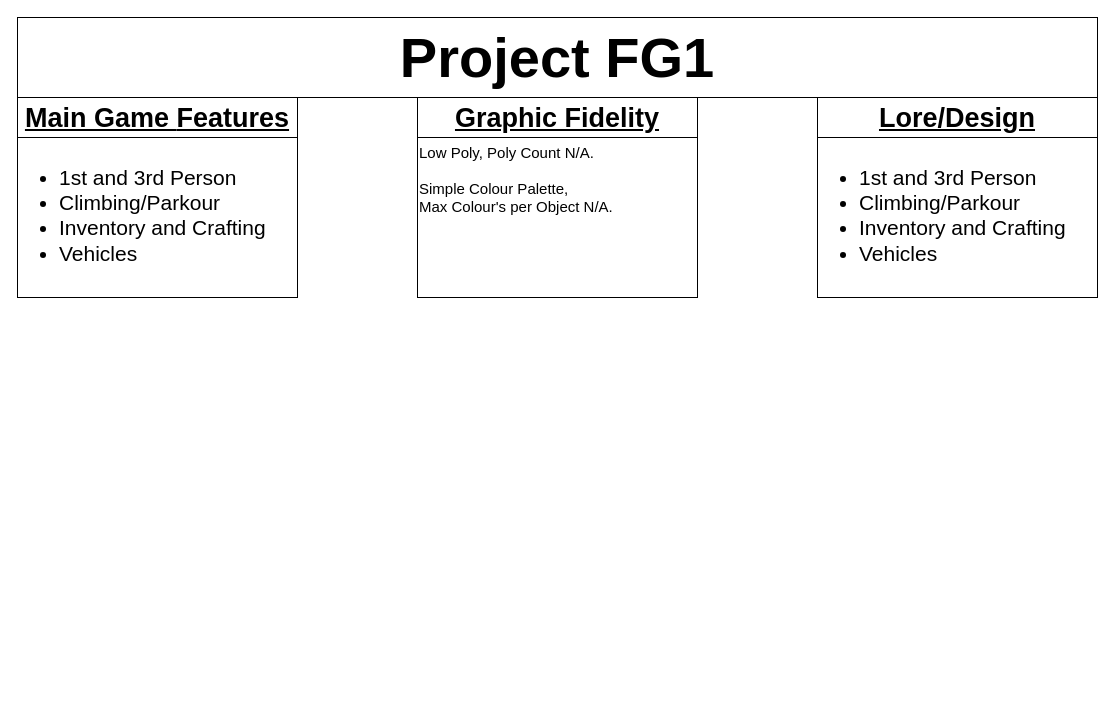
Before: page "Main Info" (1 of 2) of Project FG1.drawio in MrFlufficans/Project-FG1, a draw.io diagram. Source tidied: cells renumbered, new cells numbered last; positions are measured from the earlier drawing's top-left corner, leaving out a move shared by most shapes. Both pictures are drawn from the tidied source at 100%, with x=0, y=0 at pixel (17, 17).
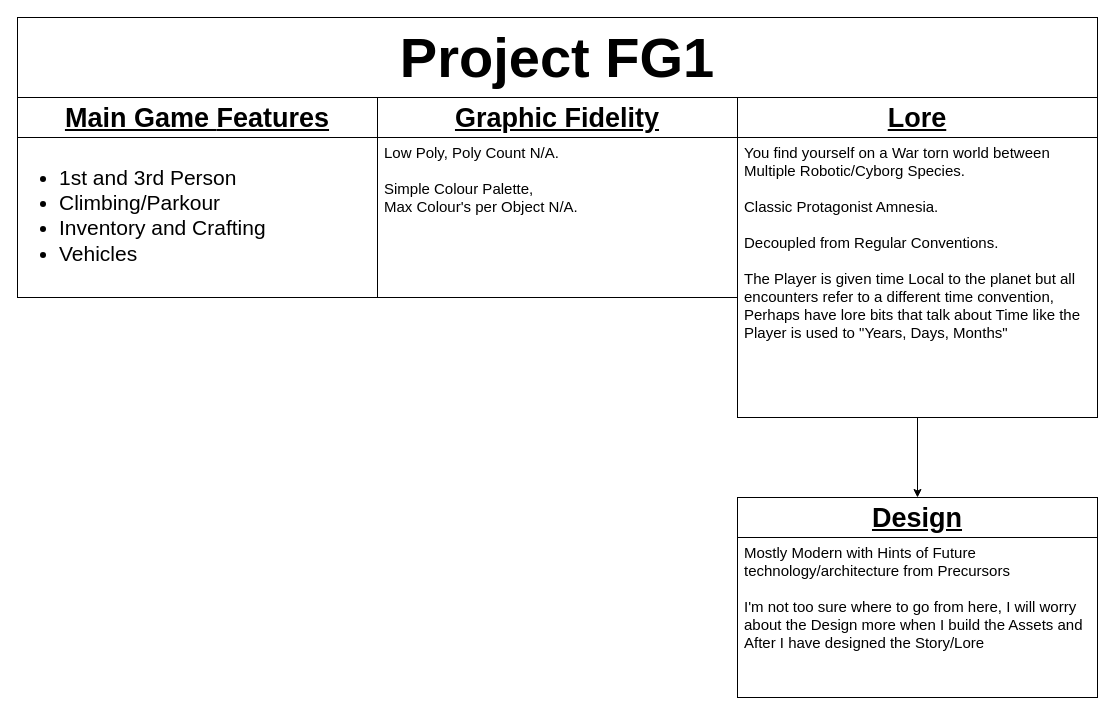
The same diagram, later.

Change to the diagram source:
```diff
@@
 <mxGraphModel>
   <root>
     <mxCell id="0" />
     <mxCell id="1" parent="0" />
     <mxCell id="2" value="&lt;ul style=&quot;font-size: 21px;&quot;&gt;&lt;li style=&quot;font-size: 21px;&quot;&gt;1st and 3rd Person&lt;/li&gt;&lt;li style=&quot;font-size: 21px;&quot;&gt;Climbing/Parkour&lt;/li&gt;&lt;li style=&quot;font-size: 21px;&quot;&gt;Inventory and Crafting&lt;/li&gt;&lt;li style=&quot;font-size: 21px;&quot;&gt;Vehicles&lt;/li&gt;&lt;/ul&gt;" style="rounded=0;whiteSpace=wrap;html=1;fontSize=21;align=left;verticalAlign=top;" parent="1" vertex="1">
-      <mxGeometry y="120" width="280" height="160" as="geometry" />
+      <mxGeometry y="120" width="360" height="160" as="geometry" />
     </mxCell>
     <mxCell id="3" value="&lt;span style=&quot;font-size: 56px;&quot;&gt;Project FG1&lt;/span&gt;" style="rounded=0;whiteSpace=wrap;html=1;fontSize=27;fontStyle=1;verticalAlign=top;" parent="1" vertex="1">
       <mxGeometry width="1080" height="80" as="geometry" />
     </mxCell>
     <mxCell id="4" value="&lt;span style=&quot;font-size: 27px; font-weight: 700; background-color: initial; text-decoration-line: underline;&quot;&gt;Main Game&amp;nbsp;&lt;/span&gt;&lt;span style=&quot;font-size: 27px; font-weight: 700; background-color: initial; text-decoration-line: underline;&quot;&gt;Features&lt;/span&gt;" style="rounded=0;whiteSpace=wrap;html=1;fontSize=29;" parent="1" vertex="1">
-      <mxGeometry y="80" width="280" height="40" as="geometry" />
+      <mxGeometry y="80" width="360" height="40" as="geometry" />
     </mxCell>
     <mxCell id="5" value="&lt;span style=&quot;font-size: 27px; font-weight: 700; text-decoration-line: underline;&quot;&gt;Graphic Fidelity&lt;/span&gt;" style="rounded=0;whiteSpace=wrap;html=1;fontSize=29;" parent="1" vertex="1">
-      <mxGeometry x="400" y="80" width="280" height="40" as="geometry" />
+      <mxGeometry x="360" y="80" width="360" height="40" as="geometry" />
     </mxCell>
-    <mxCell id="6" value="&lt;span style=&quot;font-size: 27px; font-weight: 700; text-decoration-line: underline;&quot;&gt;Lore/Design&lt;/span&gt;" style="rounded=0;whiteSpace=wrap;html=1;fontSize=29;" parent="1" vertex="1">
-      <mxGeometry x="800" y="80" width="280" height="40" as="geometry" />
+    <mxCell id="6" value="&lt;span style=&quot;font-size: 27px; font-weight: 700; text-decoration-line: underline;&quot;&gt;Design&lt;/span&gt;" style="rounded=0;whiteSpace=wrap;html=1;fontSize=29;" parent="1" vertex="1">
+      <mxGeometry x="720" y="480" width="360" height="40" as="geometry" />
     </mxCell>
-    <mxCell id="7" value="&lt;span style=&quot;background-color: initial; font-size: 15px;&quot;&gt;Low Poly, Poly Count N/A.&lt;br style=&quot;font-size: 15px;&quot;&gt;&lt;/span&gt;&lt;br style=&quot;font-size: 15px;&quot;&gt;&lt;span style=&quot;background-color: initial; font-size: 15px;&quot;&gt;Simple Colour Palette, &lt;br&gt;Max Colour's per Object N/A.&lt;/span&gt;" style="rounded=0;whiteSpace=wrap;html=1;fontSize=15;align=left;verticalAlign=top;" parent="1" vertex="1">
-      <mxGeometry x="400" y="120" width="280" height="160" as="geometry" />
+    <mxCell id="7" value="&lt;span style=&quot;background-color: initial; font-size: 15px;&quot;&gt;Low Poly, Poly Count N/A.&lt;br style=&quot;font-size: 15px;&quot;&gt;&lt;/span&gt;&lt;br style=&quot;font-size: 15px;&quot;&gt;&lt;span style=&quot;background-color: initial; font-size: 15px;&quot;&gt;Simple Colour Palette, &lt;br&gt;Max Colour's per Object N/A.&lt;/span&gt;" style="rounded=0;whiteSpace=wrap;html=1;fontSize=15;align=left;verticalAlign=top;spacingLeft=5;" parent="1" vertex="1">
+      <mxGeometry x="360" y="120" width="360" height="160" as="geometry" />
     </mxCell>
-    <mxCell id="8" value="&lt;ul style=&quot;font-size: 21px;&quot;&gt;&lt;li style=&quot;font-size: 21px;&quot;&gt;1st and 3rd Person&lt;/li&gt;&lt;li style=&quot;font-size: 21px;&quot;&gt;Climbing/Parkour&lt;/li&gt;&lt;li style=&quot;font-size: 21px;&quot;&gt;Inventory and Crafting&lt;/li&gt;&lt;li style=&quot;font-size: 21px;&quot;&gt;Vehicles&lt;/li&gt;&lt;/ul&gt;" style="rounded=0;whiteSpace=wrap;html=1;fontSize=21;align=left;verticalAlign=top;" parent="1" vertex="1">
-      <mxGeometry x="800" y="120" width="280" height="160" as="geometry" />
+    <mxCell id="8" value="Mostly Modern with Hints of Future technology/architecture from Precursors&lt;br&gt;&lt;br&gt;I'm not too sure where to go from here, I will worry about the Design more when I build the Assets and After I have designed the Story/Lore" style="rounded=0;whiteSpace=wrap;html=1;fontSize=15;align=left;verticalAlign=top;spacingLeft=5;" parent="1" vertex="1">
+      <mxGeometry x="720" y="520" width="360" height="160" as="geometry" />
     </mxCell>
+    <mxCell id="9" value="&lt;span style=&quot;font-size: 27px; font-weight: 700; text-decoration-line: underline;&quot;&gt;Lore&lt;/span&gt;" style="rounded=0;whiteSpace=wrap;html=1;fontSize=29;" parent="1" vertex="1">
+      <mxGeometry x="720" y="80" width="360" height="40" as="geometry" />
+    </mxCell>
+    <mxCell id="10" style="edgeStyle=orthogonalEdgeStyle;rounded=0;jettySize=auto;html=1;exitX=0.5;exitY=1;exitDx=0;exitDy=0;entryX=0.5;entryY=0;entryDx=0;entryDy=0;fontSize=15;" parent="1" edge="1" source="11" target="6">
+      <mxGeometry relative="1" as="geometry" />
+    </mxCell>
+    <mxCell id="11" value="You find yourself on a War torn world between Multiple Robotic/Cyborg Species.&lt;br&gt;&lt;br&gt;Classic Protagonist Amnesia.&lt;br&gt;&lt;br&gt;Decoupled from Regular Conventions.&lt;br&gt;&lt;br&gt;The Player is given time Local to the planet but all encounters refer to a different time convention, Perhaps have lore bits that talk about Time like the Player is used to &quot;Years, Days, Months&quot;" style="rounded=0;whiteSpace=wrap;html=1;fontSize=15;align=left;verticalAlign=top;spacingLeft=5;" parent="1" vertex="1">
+      <mxGeometry x="720" y="120" width="360" height="280" as="geometry" />
+    </mxCell>
   </root>
 </mxGraphModel>
```
